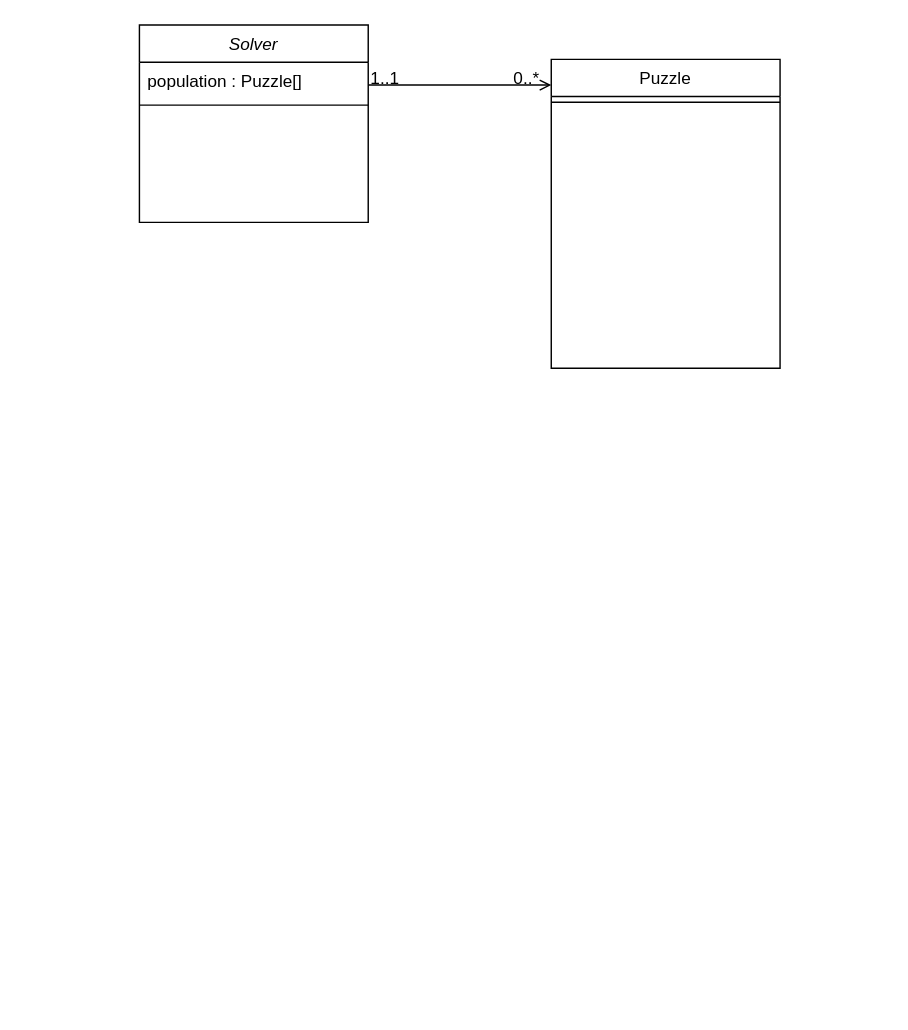
This is page "Page-1" (1 of 2) of Documentation/WIPs/Diagrams/Project diagrams.drawio from sfreeman218/MMP_Sudoku, a draw.io file, before an edit. Source tidied: cells renumbered, new cells numbered last; positions are measured from the earlier drawing's top-left corner, leaving out a move shared by most shapes. Both pictures are drawn from the tidied source at 143%, with x=0, y=0 at pixel (139, 24).
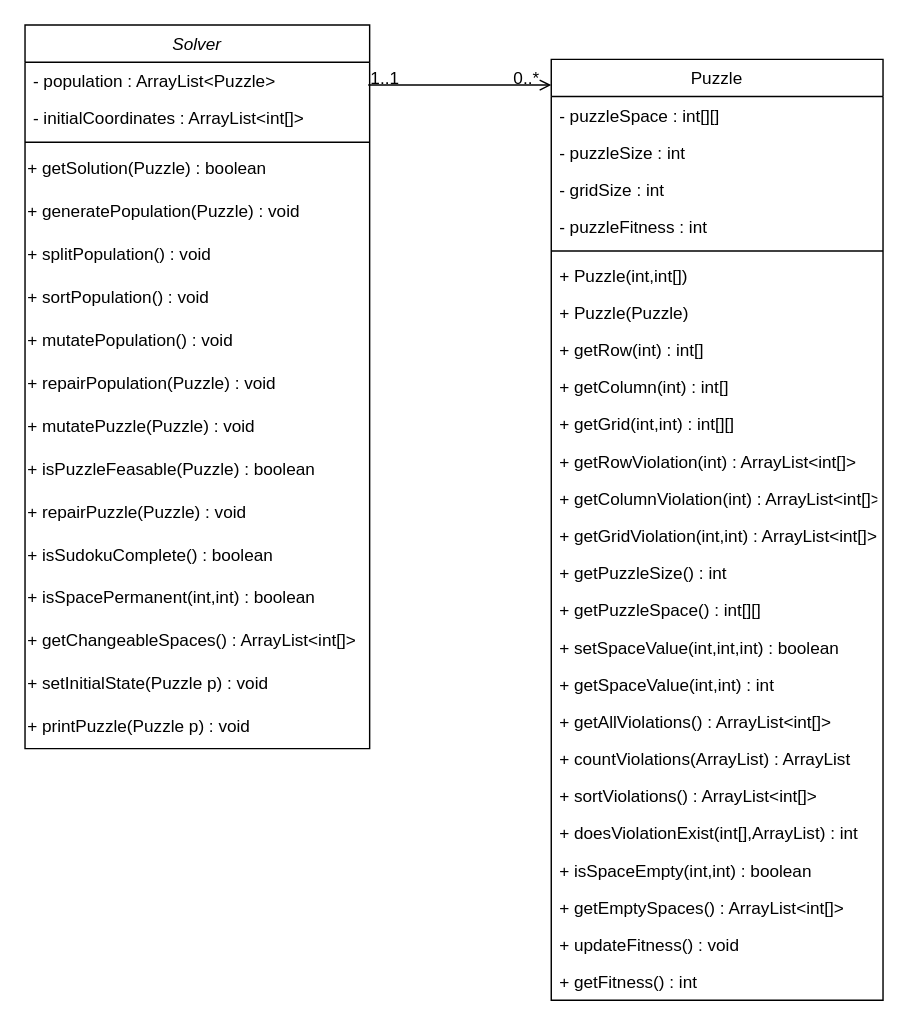
The same page after the edit.

Change to the diagram source:
```diff
@@
     <mxCell id="2" value="Solver" style="swimlane;fontStyle=2;align=center;verticalAlign=top;horizontal=1;startSize=26;rounded=0;shadow=0;strokeWidth=1;" parent="1" vertex="1">
-      <mxGeometry width="160" height="138" as="geometry" />
+      <mxGeometry x="-80" width="241" height="506" as="geometry" />
     </mxCell>
-    <mxCell id="3" value="population : Puzzle[]" style="text;align=left;verticalAlign=top;spacingLeft=4;spacingRight=4;overflow=hidden;" parent="2" vertex="1">
-      <mxGeometry y="26" width="160" height="26" as="geometry" />
+    <mxCell id="3" value="- population : ArrayList&lt;Puzzle&gt;" style="text;align=left;verticalAlign=top;spacingLeft=4;spacingRight=4;overflow=hidden;" parent="2" vertex="1">
+      <mxGeometry y="26" width="241" height="26" as="geometry" />
     </mxCell>
+    <mxCell id="10" value="- initialCoordinates : ArrayList&lt;int[]&gt;" style="text;align=left;verticalAlign=top;spacingLeft=4;spacingRight=4;overflow=hidden;" parent="2" vertex="1">
+      <mxGeometry y="52" width="241" height="26" as="geometry" />
+    </mxCell>
     <mxCell id="4" style="line;html=1;strokeWidth=1;align=left;verticalAlign=middle;spacingTop=-1;spacingLeft=3;spacingRight=3;labelPosition=right;" parent="2" vertex="1">
-      <mxGeometry y="52" width="160" height="8" as="geometry" />
+      <mxGeometry y="78" width="241" height="8" as="geometry" />
     </mxCell>
+    <mxCell id="11" value="+ getSolution(Puzzle) : boolean" style="text;html=1;strokeColor=none;fillColor=none;align=left;verticalAlign=middle;whiteSpace=wrap;rounded=0;" parent="2" vertex="1">
+      <mxGeometry y="86" width="241" height="30" as="geometry" />
+    </mxCell>
+    <mxCell id="12" value="+ generatePopulation(Puzzle) : void" style="text;html=1;strokeColor=none;fillColor=none;align=left;verticalAlign=middle;whiteSpace=wrap;rounded=0;" parent="2" vertex="1">
+      <mxGeometry y="116" width="241" height="30" as="geometry" />
+    </mxCell>
+    <mxCell id="13" value="+ splitPopulation() : void" style="text;html=1;strokeColor=none;fillColor=none;align=left;verticalAlign=middle;whiteSpace=wrap;rounded=0;" parent="2" vertex="1">
+      <mxGeometry y="146" width="241" height="30" as="geometry" />
+    </mxCell>
+    <mxCell id="14" value="+ sortPopulation() : void" style="text;html=1;strokeColor=none;fillColor=none;align=left;verticalAlign=middle;whiteSpace=wrap;rounded=0;" parent="2" vertex="1">
+      <mxGeometry y="176" width="241" height="30" as="geometry" />
+    </mxCell>
+    <mxCell id="15" value="+ mutatePopulation() : void" style="text;html=1;strokeColor=none;fillColor=none;align=left;verticalAlign=middle;whiteSpace=wrap;rounded=0;" parent="2" vertex="1">
+      <mxGeometry y="206" width="241" height="30" as="geometry" />
+    </mxCell>
+    <mxCell id="16" value="+ repairPopulation(Puzzle) : void" style="text;html=1;strokeColor=none;fillColor=none;align=left;verticalAlign=middle;whiteSpace=wrap;rounded=0;" parent="2" vertex="1">
+      <mxGeometry y="236" width="241" height="30" as="geometry" />
+    </mxCell>
+    <mxCell id="17" value="+ mutatePuzzle(Puzzle) : void" style="text;html=1;strokeColor=none;fillColor=none;align=left;verticalAlign=middle;whiteSpace=wrap;rounded=0;" parent="2" vertex="1">
+      <mxGeometry y="266" width="241" height="30" as="geometry" />
+    </mxCell>
+    <mxCell id="18" value="+ isPuzzleFeasable(Puzzle) : boolean" style="text;html=1;strokeColor=none;fillColor=none;align=left;verticalAlign=middle;whiteSpace=wrap;rounded=0;" parent="2" vertex="1">
+      <mxGeometry y="296" width="241" height="30" as="geometry" />
+    </mxCell>
+    <mxCell id="19" value="+ repairPuzzle(Puzzle) : void" style="text;html=1;strokeColor=none;fillColor=none;align=left;verticalAlign=middle;whiteSpace=wrap;rounded=0;" parent="2" vertex="1">
+      <mxGeometry y="326" width="241" height="30" as="geometry" />
+    </mxCell>
+    <mxCell id="20" value="+ isSudokuComplete() : boolean" style="text;html=1;strokeColor=none;fillColor=none;align=left;verticalAlign=middle;whiteSpace=wrap;rounded=0;" parent="2" vertex="1">
+      <mxGeometry y="356" width="241" height="30" as="geometry" />
+    </mxCell>
+    <mxCell id="21" value="+ isSpacePermanent(int,int) : boolean" style="text;html=1;strokeColor=none;fillColor=none;align=left;verticalAlign=middle;whiteSpace=wrap;rounded=0;" parent="2" vertex="1">
+      <mxGeometry y="386" width="241" height="30" as="geometry" />
+    </mxCell>
+    <mxCell id="22" value="+ getChangeableSpaces() : ArrayList&amp;lt;int[]&amp;gt;" style="text;html=1;strokeColor=none;fillColor=none;align=left;verticalAlign=middle;whiteSpace=wrap;rounded=0;" parent="2" vertex="1">
+      <mxGeometry y="416" width="241" height="30" as="geometry" />
+    </mxCell>
+    <mxCell id="23" value="+ setInitialState(Puzzle p) : void" style="text;html=1;strokeColor=none;fillColor=none;align=left;verticalAlign=middle;whiteSpace=wrap;rounded=0;" parent="2" vertex="1">
+      <mxGeometry y="446" width="241" height="30" as="geometry" />
+    </mxCell>
+    <mxCell id="24" value="+ printPuzzle(Puzzle p) : void" style="text;html=1;strokeColor=none;fillColor=none;align=left;verticalAlign=middle;whiteSpace=wrap;rounded=0;" parent="2" vertex="1">
+      <mxGeometry y="476" width="241" height="30" as="geometry" />
+    </mxCell>
     <mxCell id="5" value="Puzzle" style="swimlane;fontStyle=0;align=center;verticalAlign=top;horizontal=1;startSize=26;rounded=0;shadow=0;strokeWidth=1;" parent="1" vertex="1">
-      <mxGeometry x="288" y="24" width="160" height="216" as="geometry" />
+      <mxGeometry x="288" y="24" width="232" height="658" as="geometry" />
     </mxCell>
+    <mxCell id="25" value="- puzzleSpace : int[][]" style="text;align=left;verticalAlign=top;spacingLeft=4;spacingRight=4;overflow=hidden;" parent="5" vertex="1">
+      <mxGeometry y="26" width="232" height="26" as="geometry" />
+    </mxCell>
+    <mxCell id="26" value="- puzzleSize : int" style="text;align=left;verticalAlign=top;spacingLeft=4;spacingRight=4;overflow=hidden;" parent="5" vertex="1">
+      <mxGeometry y="52" width="232" height="26" as="geometry" />
+    </mxCell>
+    <mxCell id="27" value="- gridSize : int" style="text;align=left;verticalAlign=top;spacingLeft=4;spacingRight=4;overflow=hidden;" parent="5" vertex="1">
+      <mxGeometry y="78" width="232" height="26" as="geometry" />
+    </mxCell>
+    <mxCell id="28" value="- puzzleFitness : int" style="text;align=left;verticalAlign=top;spacingLeft=4;spacingRight=4;overflow=hidden;" parent="5" vertex="1">
+      <mxGeometry y="104" width="232" height="26" as="geometry" />
+    </mxCell>
     <mxCell id="6" style="line;html=1;strokeWidth=1;align=left;verticalAlign=middle;spacingTop=-1;spacingLeft=3;spacingRight=3;labelPosition=right;" parent="5" vertex="1">
-      <mxGeometry y="26" width="160" height="8" as="geometry" />
+      <mxGeometry y="130" width="232" height="8" as="geometry" />
     </mxCell>
+    <mxCell id="29" value="+ Puzzle(int,int[]) " style="text;align=left;verticalAlign=top;spacingLeft=4;spacingRight=4;overflow=hidden;" parent="5" vertex="1">
+      <mxGeometry y="138" width="232" height="26" as="geometry" />
+    </mxCell>
+    <mxCell id="30" value="+ Puzzle(Puzzle) " style="text;align=left;verticalAlign=top;spacingLeft=4;spacingRight=4;overflow=hidden;" parent="5" vertex="1">
+      <mxGeometry y="164" width="232" height="26" as="geometry" />
+    </mxCell>
+    <mxCell id="31" value="+ getRow(int) : int[]" style="text;align=left;verticalAlign=top;spacingLeft=4;spacingRight=4;overflow=hidden;" parent="5" vertex="1">
+      <mxGeometry y="190" width="232" height="26" as="geometry" />
+    </mxCell>
+    <mxCell id="32" value="+ getColumn(int) : int[]" style="text;align=left;verticalAlign=top;spacingLeft=4;spacingRight=4;overflow=hidden;" parent="5" vertex="1">
+      <mxGeometry y="216" width="232" height="26" as="geometry" />
+    </mxCell>
+    <mxCell id="33" value="+ getGrid(int,int) : int[][]" style="text;align=left;verticalAlign=top;spacingLeft=4;spacingRight=4;overflow=hidden;" parent="5" vertex="1">
+      <mxGeometry y="242" width="232" height="26" as="geometry" />
+    </mxCell>
+    <mxCell id="34" value="+ getRowViolation(int) : ArrayList&lt;int[]&gt;" style="text;align=left;verticalAlign=top;spacingLeft=4;spacingRight=4;overflow=hidden;" parent="5" vertex="1">
+      <mxGeometry y="268" width="232" height="26" as="geometry" />
+    </mxCell>
+    <mxCell id="35" value="+ getColumnViolation(int) : ArrayList&lt;int[]&gt;" style="text;align=left;verticalAlign=top;spacingLeft=4;spacingRight=4;overflow=hidden;" parent="5" vertex="1">
+      <mxGeometry y="294" width="232" height="26" as="geometry" />
+    </mxCell>
+    <mxCell id="36" value="+ getGridViolation(int,int) : ArrayList&lt;int[]&gt;" style="text;align=left;verticalAlign=top;spacingLeft=4;spacingRight=4;overflow=hidden;" parent="5" vertex="1">
+      <mxGeometry y="320" width="232" height="26" as="geometry" />
+    </mxCell>
+    <mxCell id="37" value="+ getPuzzleSize() : int" style="text;align=left;verticalAlign=top;spacingLeft=4;spacingRight=4;overflow=hidden;" parent="5" vertex="1">
+      <mxGeometry y="346" width="232" height="26" as="geometry" />
+    </mxCell>
+    <mxCell id="38" value="+ getPuzzleSpace() : int[][]" style="text;align=left;verticalAlign=top;spacingLeft=4;spacingRight=4;overflow=hidden;" parent="5" vertex="1">
+      <mxGeometry y="372" width="232" height="26" as="geometry" />
+    </mxCell>
+    <mxCell id="39" value="+ setSpaceValue(int,int,int) : boolean" style="text;align=left;verticalAlign=top;spacingLeft=4;spacingRight=4;overflow=hidden;" parent="5" vertex="1">
+      <mxGeometry y="398" width="232" height="26" as="geometry" />
+    </mxCell>
+    <mxCell id="40" value="+ getSpaceValue(int,int) : int" style="text;align=left;verticalAlign=top;spacingLeft=4;spacingRight=4;overflow=hidden;" parent="5" vertex="1">
+      <mxGeometry y="424" width="232" height="26" as="geometry" />
+    </mxCell>
+    <mxCell id="41" value="+ getAllViolations() : ArrayList&lt;int[]&gt;" style="text;align=left;verticalAlign=top;spacingLeft=4;spacingRight=4;overflow=hidden;" parent="5" vertex="1">
+      <mxGeometry y="450" width="232" height="26" as="geometry" />
+    </mxCell>
+    <mxCell id="42" value="+ countViolations(ArrayList) : ArrayList" style="text;align=left;verticalAlign=top;spacingLeft=4;spacingRight=4;overflow=hidden;" parent="5" vertex="1">
+      <mxGeometry y="476" width="232" height="26" as="geometry" />
+    </mxCell>
+    <mxCell id="43" value="+ sortViolations() : ArrayList&lt;int[]&gt;" style="text;align=left;verticalAlign=top;spacingLeft=4;spacingRight=4;overflow=hidden;" parent="5" vertex="1">
+      <mxGeometry y="502" width="232" height="26" as="geometry" />
+    </mxCell>
+    <mxCell id="44" value="+ doesViolationExist(int[],ArrayList) : int" style="text;align=left;verticalAlign=top;spacingLeft=4;spacingRight=4;overflow=hidden;" parent="5" vertex="1">
+      <mxGeometry y="528" width="232" height="26" as="geometry" />
+    </mxCell>
+    <mxCell id="45" value="+ isSpaceEmpty(int,int) : boolean" style="text;align=left;verticalAlign=top;spacingLeft=4;spacingRight=4;overflow=hidden;" parent="5" vertex="1">
+      <mxGeometry y="554" width="232" height="26" as="geometry" />
+    </mxCell>
+    <mxCell id="46" value="+ getEmptySpaces() : ArrayList&lt;int[]&gt;" style="text;align=left;verticalAlign=top;spacingLeft=4;spacingRight=4;overflow=hidden;" parent="5" vertex="1">
+      <mxGeometry y="580" width="232" height="26" as="geometry" />
+    </mxCell>
+    <mxCell id="47" value="+ updateFitness() : void" style="text;align=left;verticalAlign=top;spacingLeft=4;spacingRight=4;overflow=hidden;" parent="5" vertex="1">
+      <mxGeometry y="606" width="232" height="26" as="geometry" />
+    </mxCell>
+    <mxCell id="48" value="+ getFitness() : int" style="text;align=left;verticalAlign=top;spacingLeft=4;spacingRight=4;overflow=hidden;" parent="5" vertex="1">
+      <mxGeometry y="632" width="232" height="26" as="geometry" />
+    </mxCell>
```
